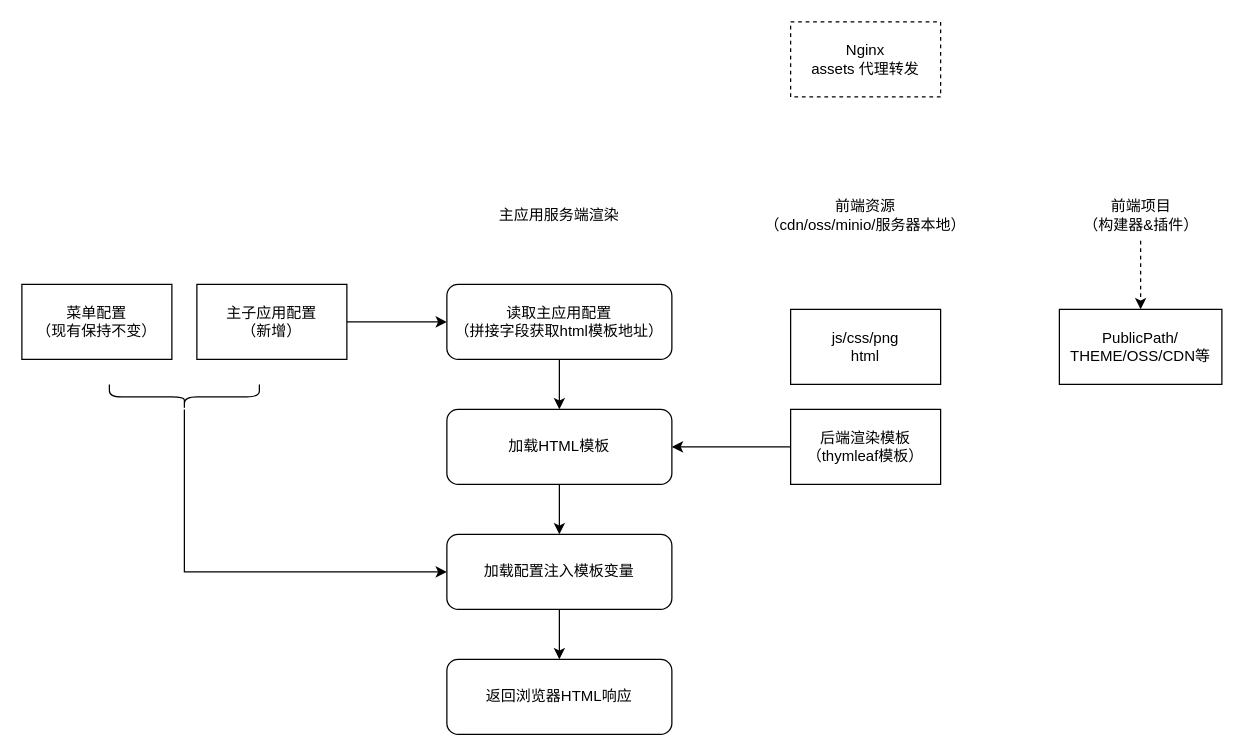
Above: 行业大模型平台.drawio in xiazhiqiang/diagrams (draw.io), before the change. Source tidied: cells renumbered, new cells numbered last; positions are measured from the earlier drawing's top-left corner, leaving out a move shared by most shapes. Both pictures are drawn from the tidied source at 125%, with x=0, y=0 at pixel (21, 21).
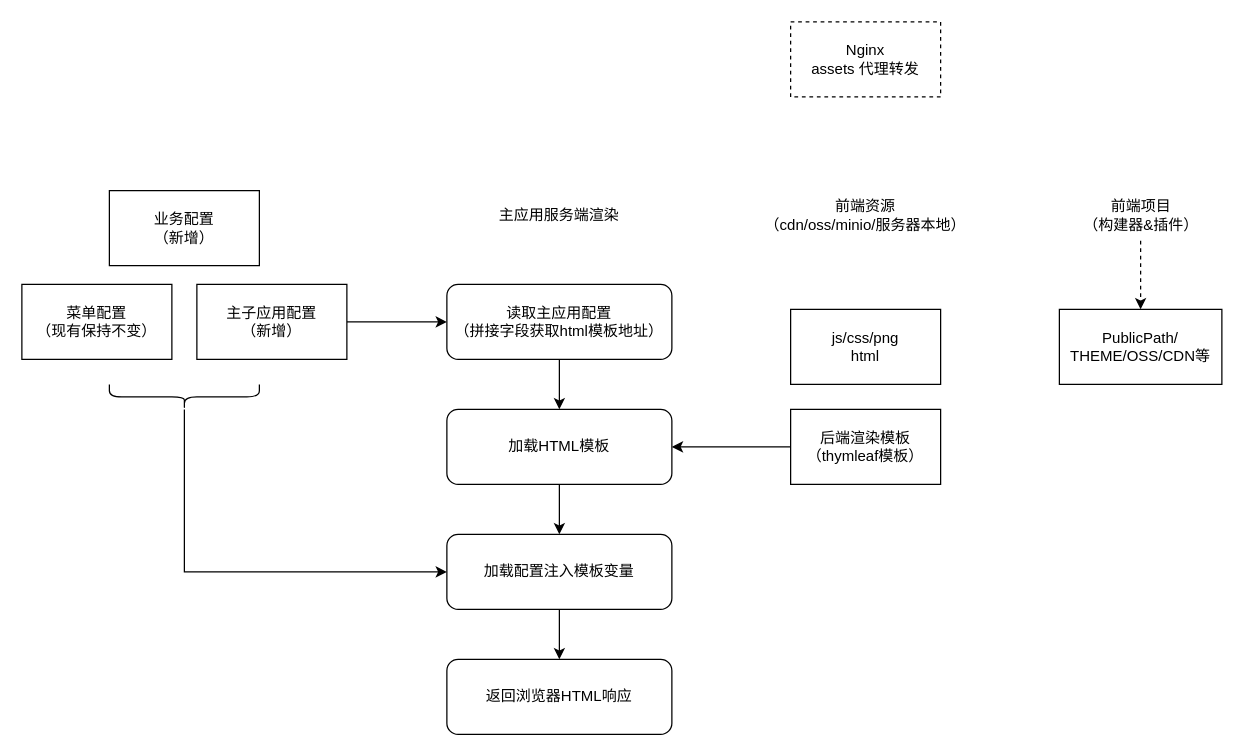
After the change.

Commit message (it also covers changes not shown here):
更新行业大模型平台.drawio

Diff of the diagram source:
```diff
@@
+    <mxCell id="23" value="业务配置&lt;br&gt;（新增）" style="rounded=0;whiteSpace=wrap;html=1;" parent="1" vertex="1">
+      <mxGeometry x="70" y="135" width="120" height="60" as="geometry" />
+    </mxCell>
```
